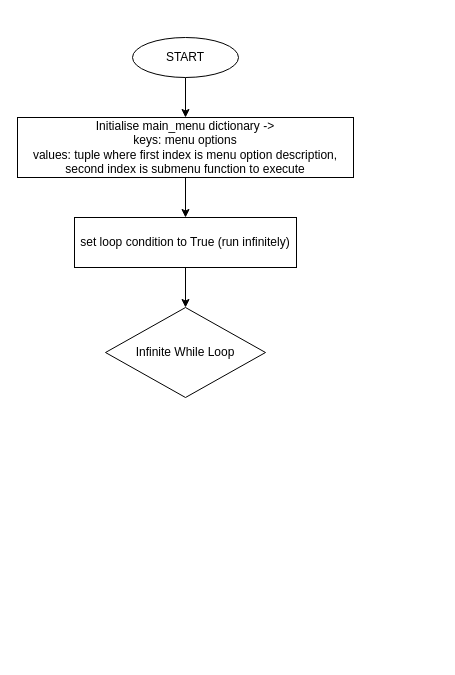
Above: Flow Charts/main.drawio in SNGTech/CPPSProject (draw.io), before the change. Source tidied: cells renumbered, new cells numbered last; positions are measured from the earlier drawing's top-left corner, leaving out a move shared by most shapes. Both pictures are drawn from the tidied source at 100%, with x=0, y=0 at pixel (17, 37).
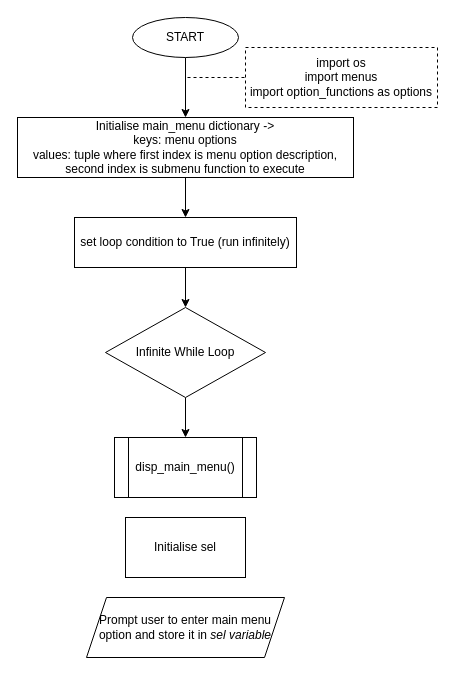
After the change.

What changed in the source:
```diff
@@
 <mxGraphModel>
   <root>
     <mxCell id="0" />
     <mxCell id="1" parent="0" />
     <mxCell id="2" style="edgeStyle=orthogonalEdgeStyle;rounded=0;jettySize=auto;html=1;" parent="1" edge="1" source="3" target="5">
       <mxGeometry relative="1" as="geometry" />
     </mxCell>
     <mxCell id="3" value="START" style="ellipse;whiteSpace=wrap;html=1;" parent="1" vertex="1">
-      <mxGeometry x="115" width="106" height="40" as="geometry" />
+      <mxGeometry x="115" y="-20" width="106" height="40" as="geometry" />
     </mxCell>
     <mxCell id="4" style="edgeStyle=orthogonalEdgeStyle;rounded=0;jettySize=auto;html=1;" parent="1" edge="1" source="5" target="7">
       <mxGeometry relative="1" as="geometry" />
     </mxCell>
     <mxCell id="5" value="Initialise main_menu dictionary -&amp;gt; &lt;br&gt;keys: menu options&lt;br&gt;values: tuple where first index is menu option description, second index is submenu function to execute" style="whiteSpace=wrap;html=1;" parent="1" vertex="1">
       <mxGeometry y="80" width="336" height="60" as="geometry" />
     </mxCell>
     <mxCell id="6" style="edgeStyle=orthogonalEdgeStyle;rounded=0;jettySize=auto;html=1;" parent="1" edge="1" source="7" target="8">
       <mxGeometry relative="1" as="geometry" />
     </mxCell>
     <mxCell id="7" value="set loop condition to True (run infinitely)" style="rounded=0;whiteSpace=wrap;html=1;" parent="1" vertex="1">
       <mxGeometry x="57" y="180" width="222" height="50" as="geometry" />
     </mxCell>
+    <mxCell id="9" style="edgeStyle=orthogonalEdgeStyle;rounded=0;jettySize=auto;html=1;" parent="1" edge="1" source="8" target="10">
+      <mxGeometry relative="1" as="geometry" />
+    </mxCell>
     <mxCell id="8" value="Infinite While Loop" style="rhombus;whiteSpace=wrap;html=1;" parent="1" vertex="1">
       <mxGeometry x="88" y="270" width="160" height="90" as="geometry" />
     </mxCell>
+    <mxCell id="10" value="disp_main_menu()" style="shape=process;whiteSpace=wrap;html=1;backgroundOutline=1;" parent="1" vertex="1">
+      <mxGeometry x="97" y="400" width="142" height="60" as="geometry" />
+    </mxCell>
+    <mxCell id="11" value="Prompt user to enter main menu option and store it in &lt;i&gt;sel variable&lt;/i&gt;" style="shape=parallelogram;perimeter=parallelogramPerimeter;whiteSpace=wrap;html=1;fixedSize=1;" parent="1" vertex="1">
+      <mxGeometry x="69" y="560" width="198" height="60" as="geometry" />
+    </mxCell>
+    <mxCell id="12" value="Initialise sel" style="rounded=0;whiteSpace=wrap;html=1;" parent="1" vertex="1">
+      <mxGeometry x="108" y="480" width="120" height="60" as="geometry" />
+    </mxCell>
+    <mxCell id="13" value="import os&lt;br&gt;import menus&lt;br&gt;import option_functions as options" style="rounded=0;whiteSpace=wrap;html=1;glass=0;dashed=1;" parent="1" vertex="1">
+      <mxGeometry x="228" y="10" width="192" height="60" as="geometry" />
+    </mxCell>
+    <mxCell id="14" style="endArrow=none;dashed=1;html=1;rounded=0;strokeColor=default;entryX=0;entryY=0.5;entryDx=0;entryDy=0;" parent="1" edge="1" target="13">
+      <mxGeometry relative="1" as="geometry">
+        <mxPoint x="170" y="40" as="sourcePoint" />
+      </mxGeometry>
+    </mxCell>
   </root>
 </mxGraphModel>
```
